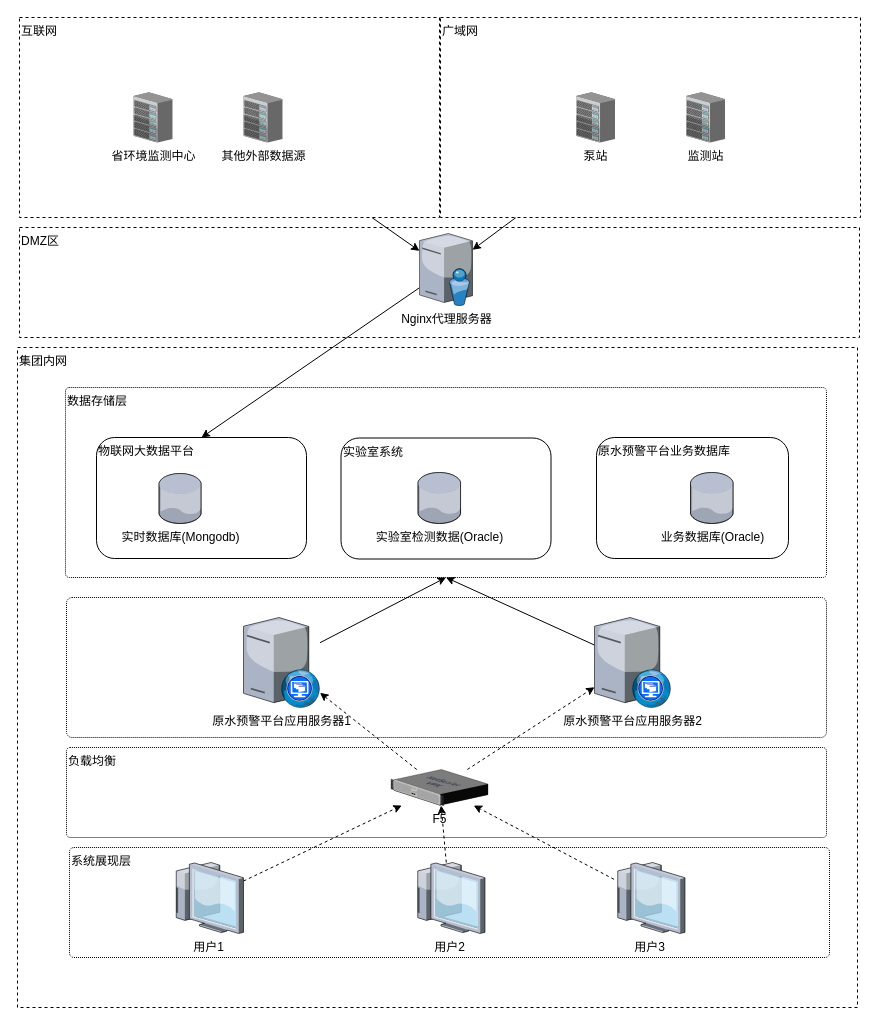
This is page "原水部署图-科荣" (8 of 8) of 二供ER图.drawio from lpeng589/draw, a draw.io file, before an edit. Source tidied: cells renumbered, new cells numbered last; positions are measured from the earlier drawing's top-left corner, leaving out a move shared by most shapes. Both pictures are drawn from the tidied source at 100%, with x=0, y=0 at pixel (17, 17).
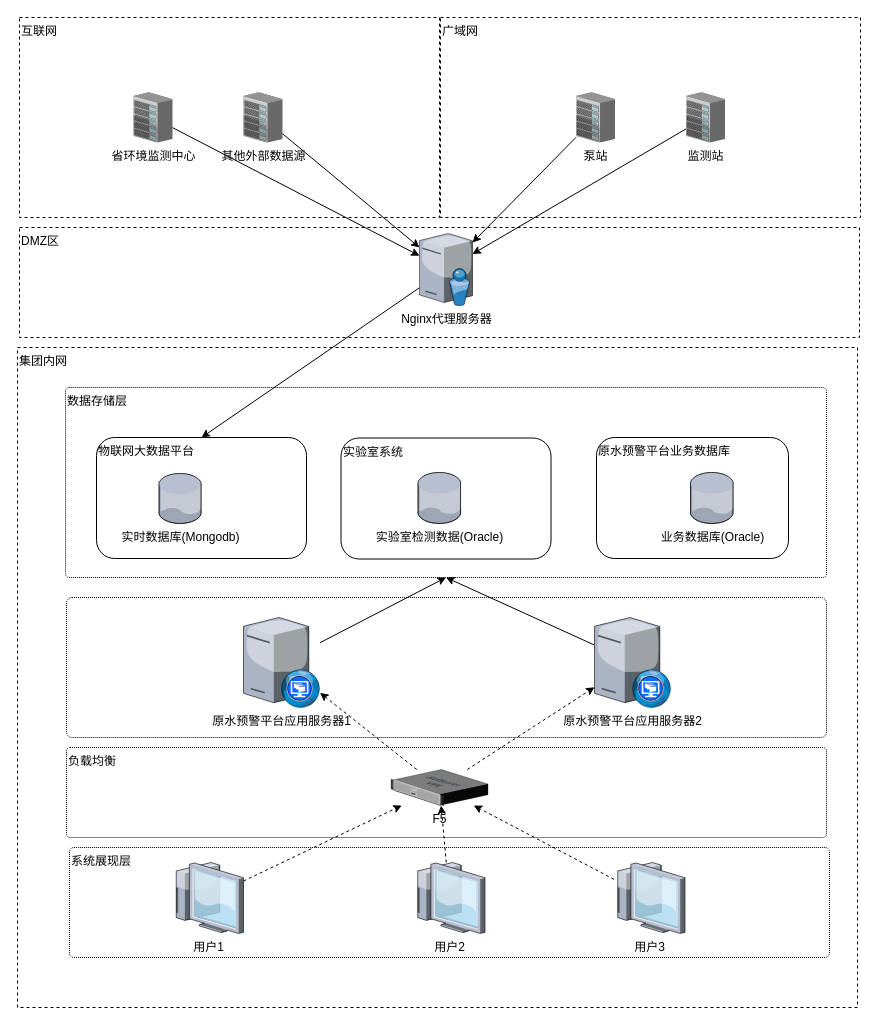
After the change.

Unchanged cells that the change refers to:
```xml
<mxCell id="28" value="Nginx代理服务器" style="verticalLabelPosition=bottom;html=1;verticalAlign=top;strokeColor=none;align=center;outlineConnect=0;shape=mxgraph.citrix.directory_server;" parent="1" vertex="1">
  <mxGeometry x="402" y="216" width="53" height="72" as="geometry" />
</mxCell>
<mxCell id="30" value="广域网" style="rounded=0;whiteSpace=wrap;html=1;align=left;verticalAlign=top;dashed=1;" parent="1" vertex="1">
  <mxGeometry x="423" width="420" height="200" as="geometry" />
</mxCell>
<mxCell id="32" value="互联网" style="rounded=0;whiteSpace=wrap;html=1;align=left;verticalAlign=top;dashed=1;" parent="1" vertex="1">
  <mxGeometry x="2" width="420" height="200" as="geometry" />
</mxCell>
<mxCell id="33" value="省环境监测中心" style="verticalLabelPosition=bottom;html=1;verticalAlign=top;strokeColor=none;align=center;outlineConnect=0;shape=mxgraph.citrix.chassis;" parent="1" vertex="1">
  <mxGeometry x="116" y="75" width="39" height="50" as="geometry" />
</mxCell>
<mxCell id="34" value="其他外部数据源" style="verticalLabelPosition=bottom;html=1;verticalAlign=top;strokeColor=none;align=center;outlineConnect=0;shape=mxgraph.citrix.chassis;" parent="1" vertex="1">
  <mxGeometry x="226" y="75" width="39" height="50" as="geometry" />
</mxCell>
<mxCell id="35" value="泵站" style="verticalLabelPosition=bottom;html=1;verticalAlign=top;strokeColor=none;align=center;outlineConnect=0;shape=mxgraph.citrix.chassis;" parent="1" vertex="1">
  <mxGeometry x="558.5" y="75" width="39" height="50" as="geometry" />
</mxCell>
<mxCell id="36" value="监测站" style="verticalLabelPosition=bottom;html=1;verticalAlign=top;strokeColor=none;align=center;outlineConnect=0;shape=mxgraph.citrix.chassis;" parent="1" vertex="1">
  <mxGeometry x="668.5" y="75" width="39" height="50" as="geometry" />
</mxCell>
```

Change to the diagram source:
```diff
@@
-    <mxCell id="29" style="edgeStyle=none;rounded=0;jettySize=auto;html=1;" parent="1" edge="1" source="30" target="28">
-      <mxGeometry relative="1" as="geometry" />
-    </mxCell>
@@
-    <mxCell id="31" style="edgeStyle=none;rounded=0;jettySize=auto;html=1;" parent="1" edge="1" source="32" target="28">
-      <mxGeometry relative="1" as="geometry" />
-    </mxCell>
@@
+    <mxCell id="37" style="edgeStyle=none;rounded=0;jettySize=auto;html=1;" parent="1" edge="1" source="33" target="28">
+      <mxGeometry relative="1" as="geometry" />
+    </mxCell>
@@
+    <mxCell id="38" style="edgeStyle=none;rounded=0;jettySize=auto;html=1;" parent="1" edge="1" source="34" target="28">
+      <mxGeometry relative="1" as="geometry" />
+    </mxCell>
@@
+    <mxCell id="39" style="edgeStyle=none;rounded=0;jettySize=auto;html=1;" parent="1" edge="1" source="35" target="28">
+      <mxGeometry relative="1" as="geometry" />
+    </mxCell>
@@
+    <mxCell id="40" style="edgeStyle=none;rounded=0;jettySize=auto;html=1;" parent="1" edge="1" source="36" target="28">
+      <mxGeometry relative="1" as="geometry" />
+    </mxCell>
```
